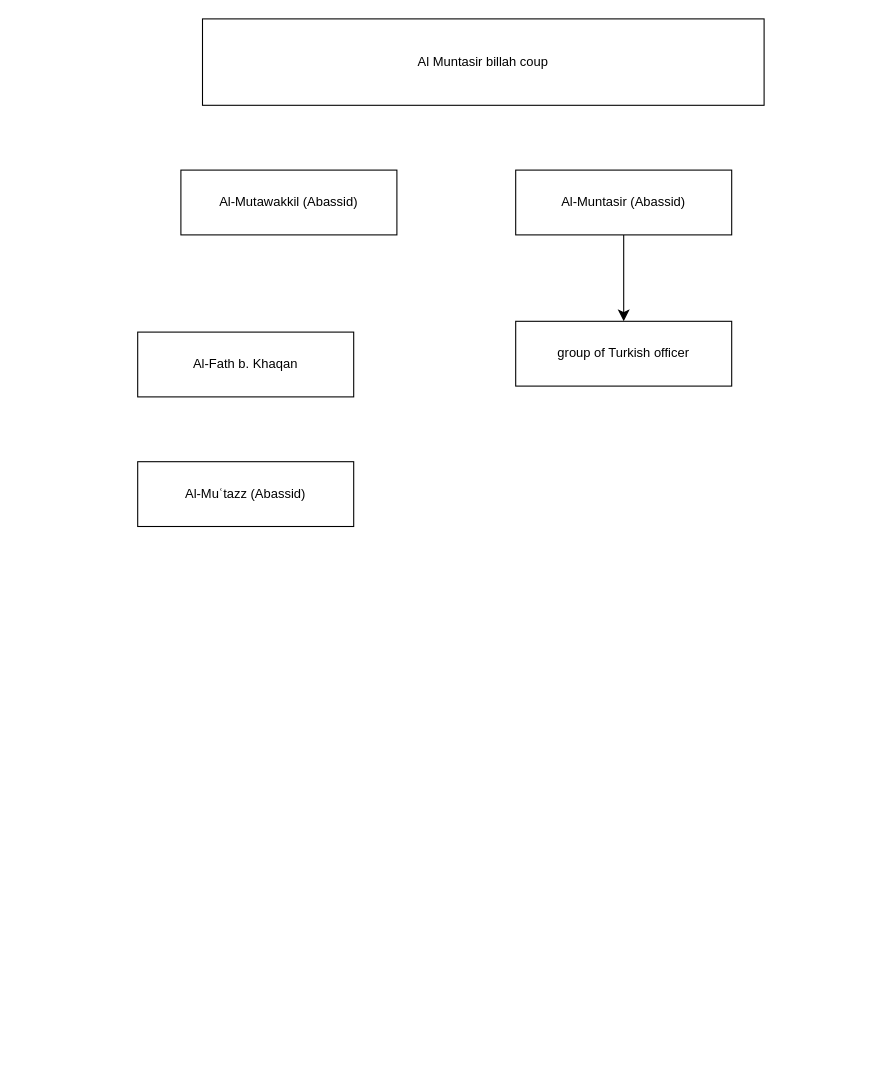
Above: page "Al Mutawakkil" (24 of 24) of Islam Groupings.drawio in azryzdy/hobbies (draw.io), before the change. Source tidied: cells renumbered, new cells numbered last; positions are measured from the earlier drawing's top-left corner, leaving out a move shared by most shapes. Both pictures are drawn from the tidied source at 108%, with x=0, y=0 at pixel (137, 18).
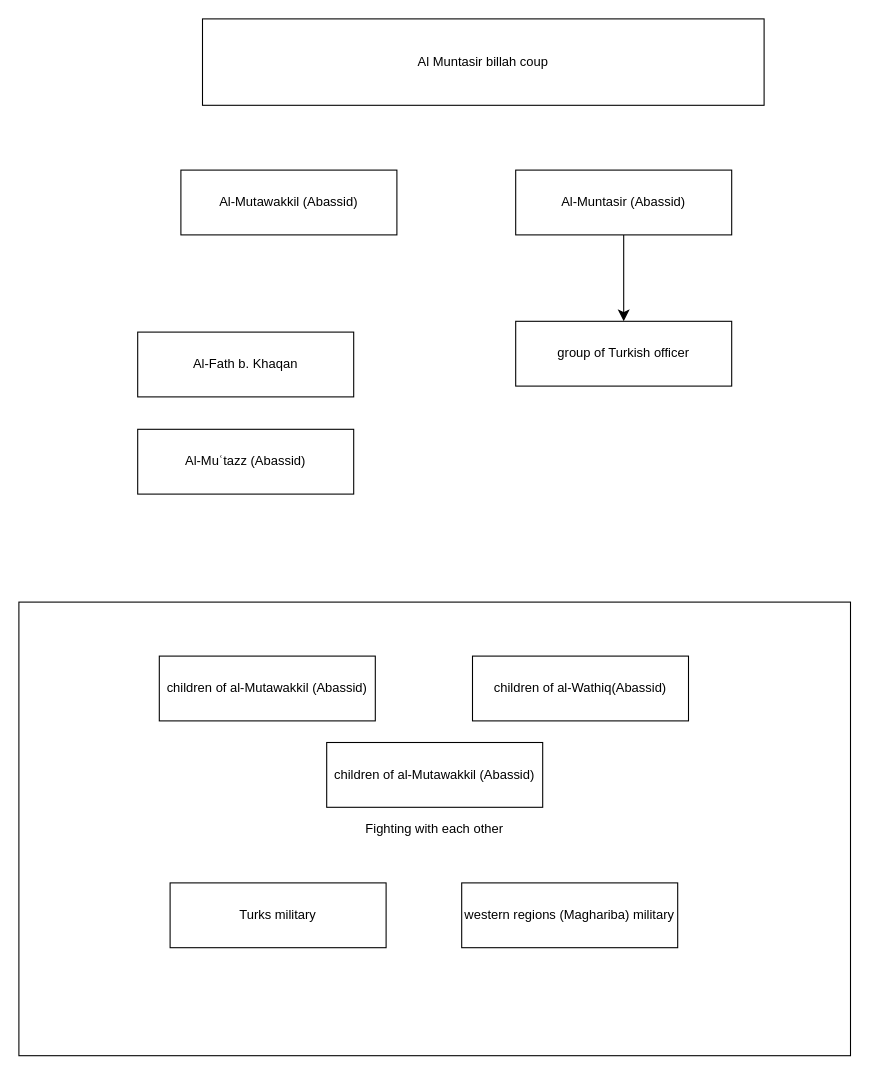
The same diagram, later.

Change to the diagram source:
```diff
@@
 <mxGraphModel>
   <root>
     <mxCell id="0" />
     <mxCell id="1" parent="0" />
+    <mxCell id="9" value="Fighting with each other" style="rounded=0;whiteSpace=wrap;html=1;" parent="1" vertex="1">
+      <mxGeometry x="-110" y="540" width="770" height="420" as="geometry" />
+    </mxCell>
     <mxCell id="2" value="Al Muntasir billah coup" style="rounded=0;whiteSpace=wrap;html=1;" parent="1" vertex="1">
       <mxGeometry x="60" width="520" height="80" as="geometry" />
     </mxCell>
     <mxCell id="3" style="edgeStyle=none;curved=1;rounded=0;jettySize=auto;html=1;entryX=0.5;entryY=0;entryDx=0;entryDy=0;fontSize=12;startSize=8;endSize=8;" parent="1" edge="1" source="4" target="8">
       <mxGeometry relative="1" as="geometry" />
     </mxCell>
     <mxCell id="4" value="Al-Muntasir (Abassid)" style="rounded=0;whiteSpace=wrap;html=1;" parent="1" vertex="1">
       <mxGeometry x="350" y="140" width="200" height="60" as="geometry" />
     </mxCell>
     <mxCell id="5" value="Al-Mutawakkil (Abassid) " style="rounded=0;whiteSpace=wrap;html=1;" parent="1" vertex="1">
       <mxGeometry x="40" y="140" width="200" height="60" as="geometry" />
     </mxCell>
     <mxCell id="6" value="Al-Fath b. Khaqan" style="rounded=0;whiteSpace=wrap;html=1;" parent="1" vertex="1">
       <mxGeometry y="290" width="200" height="60" as="geometry" />
     </mxCell>
     <mxCell id="7" value="Al-Muʿtazz&lt;span style=&quot;display:inline;&quot;&gt; (Abassid&lt;/span&gt;)" style="rounded=0;whiteSpace=wrap;html=1;" parent="1" vertex="1">
-      <mxGeometry y="410" width="200" height="60" as="geometry" />
+      <mxGeometry y="380" width="200" height="60" as="geometry" />
     </mxCell>
     <mxCell id="8" value="group of Turkish officer" style="rounded=0;whiteSpace=wrap;html=1;" parent="1" vertex="1">
       <mxGeometry x="350" y="280" width="200" height="60" as="geometry" />
     </mxCell>
+    <mxCell id="10" value="children of al-Mutawakkil&amp;nbsp;&lt;span style=&quot;display:inline;&quot;&gt;(Abassid&lt;/span&gt;)" style="rounded=0;whiteSpace=wrap;html=1;" parent="1" vertex="1">
+      <mxGeometry x="20" y="590" width="200" height="60" as="geometry" />
+    </mxCell>
+    <mxCell id="11" value="children of al-Wathiq&lt;span style=&quot;display:inline;&quot;&gt;(Abassid&lt;/span&gt;)" style="rounded=0;whiteSpace=wrap;html=1;" parent="1" vertex="1">
+      <mxGeometry x="310" y="590" width="200" height="60" as="geometry" />
+    </mxCell>
+    <mxCell id="12" value="western regions (Maghariba)&amp;nbsp;military" style="rounded=0;whiteSpace=wrap;html=1;" parent="1" vertex="1">
+      <mxGeometry x="300" y="800" width="200" height="60" as="geometry" />
+    </mxCell>
+    <mxCell id="13" value="Turks military" style="rounded=0;whiteSpace=wrap;html=1;" parent="1" vertex="1">
+      <mxGeometry x="30" y="800" width="200" height="60" as="geometry" />
+    </mxCell>
+    <mxCell id="14" value="children of al-Mutawakkil&amp;nbsp;&lt;span style=&quot;display:inline;&quot;&gt;(Abassid&lt;/span&gt;)" style="rounded=0;whiteSpace=wrap;html=1;" parent="1" vertex="1">
+      <mxGeometry x="175" y="670" width="200" height="60" as="geometry" />
+    </mxCell>
   </root>
 </mxGraphModel>
```
